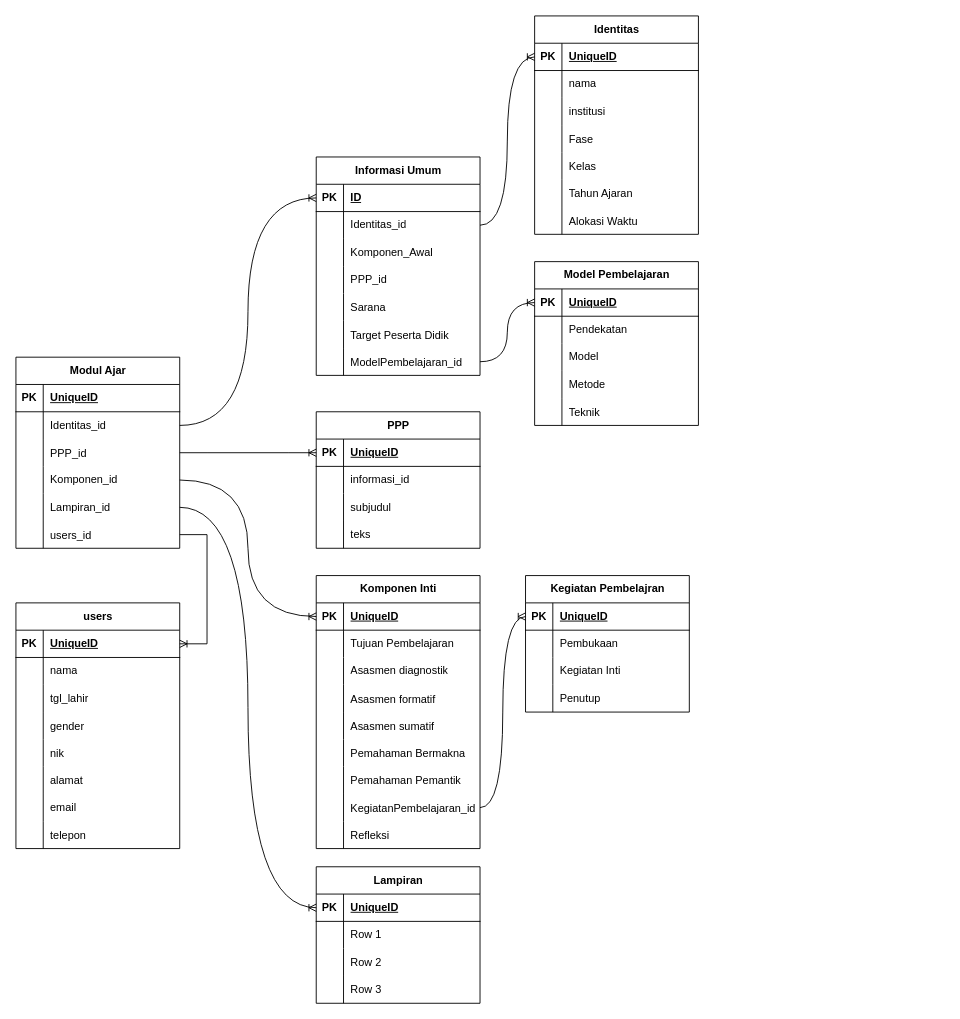
Before: ERD.drawio in Hagane26/SISMOJA-V1, a draw.io diagram. Source tidied: cells renumbered, new cells numbered last; positions are measured from the earlier drawing's top-left corner, leaving out a move shared by most shapes. Both pictures are drawn from the tidied source at 91%, with x=0, y=0 at pixel (15, 15).
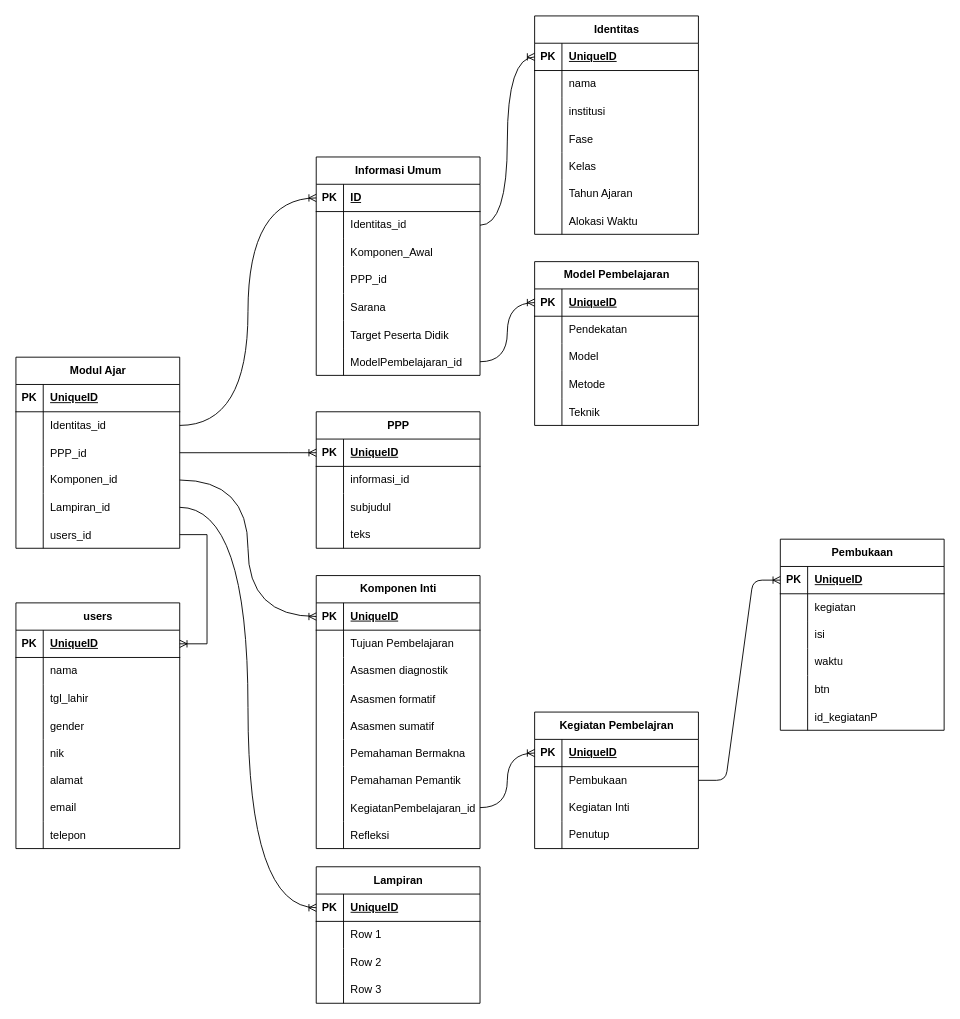
The same diagram, later.

Unchanged cells that the change refers to:
```xml
<mxCell id="109" style="shape=tableRow;horizontal=0;startSize=0;swimlaneHead=0;swimlaneBody=0;fillColor=none;points=[[0,0.5],[1,0.5]];portConstraint=eastwest;top=0;left=0;right=0;bottom=0;" parent="105" vertex="1">
  <mxGeometry y="60" width="180" height="30" as="geometry" />
</mxCell>
```

What changed in the source:
```diff
@@
     <mxCell id="105" value="Kegiatan Pembelajran" style="shape=table;startSize=30;childLayout=tableLayout;rowLines=0;fontStyle=1;align=center;html=1;" parent="1" vertex="1">
-      <mxGeometry x="560" y="615" width="180" height="150" as="geometry" />
+      <mxGeometry x="570" y="765" width="180" height="150" as="geometry" />
     </mxCell>
@@
+    <mxCell id="181" value="Pembukaan" style="shape=table;startSize=30;childLayout=tableLayout;rowLines=0;fontStyle=1;align=center;html=1;" parent="1" vertex="1">
+      <mxGeometry x="840" y="575" width="180" height="210" as="geometry" />
+    </mxCell>
+    <mxCell id="182" style="shape=tableRow;horizontal=0;startSize=0;swimlaneHead=0;swimlaneBody=0;fillColor=none;points=[[0,0.5],[1,0.5]];portConstraint=eastwest;top=0;left=0;right=0;bottom=1;" parent="181" vertex="1">
+      <mxGeometry y="30" width="180" height="30" as="geometry" />
+    </mxCell>
+    <mxCell id="183" value="PK" style="shape=partialRectangle;fillColor=none;top=0;left=0;bottom=0;right=0;fontStyle=1;overflow=hidden;whiteSpace=wrap;html=1;" parent="182" vertex="1">
+      <mxGeometry width="30" height="30" as="geometry" />
+    </mxCell>
+    <mxCell id="184" value="UniqueID" style="shape=partialRectangle;fillColor=none;top=0;left=0;bottom=0;right=0;align=left;spacingLeft=6;fontStyle=5;overflow=hidden;whiteSpace=wrap;html=1;" parent="182" vertex="1">
+      <mxGeometry x="30" width="150" height="30" as="geometry" />
+    </mxCell>
+    <mxCell id="185" style="shape=tableRow;horizontal=0;startSize=0;swimlaneHead=0;swimlaneBody=0;fillColor=none;top=0;left=0;right=0;bottom=0;" parent="181" vertex="1">
+      <mxGeometry y="60" width="180" height="30" as="geometry" />
+    </mxCell>
+    <mxCell id="186" style="shape=partialRectangle;fillColor=none;top=0;left=0;bottom=0;right=0;overflow=hidden;whiteSpace=wrap;html=1;" parent="185" vertex="1">
+      <mxGeometry width="30" height="30" as="geometry" />
+    </mxCell>
+    <mxCell id="187" value="kegiatan" style="shape=partialRectangle;fillColor=none;top=0;left=0;bottom=0;right=0;align=left;spacingLeft=6;overflow=hidden;whiteSpace=wrap;html=1;" parent="185" vertex="1">
+      <mxGeometry x="30" width="150" height="30" as="geometry" />
+    </mxCell>
+    <mxCell id="188" style="shape=tableRow;horizontal=0;startSize=0;swimlaneHead=0;swimlaneBody=0;fillColor=none;top=0;left=0;right=0;bottom=0;" parent="181" vertex="1">
+      <mxGeometry y="90" width="180" height="30" as="geometry" />
+    </mxCell>
+    <mxCell id="189" style="shape=partialRectangle;fillColor=none;top=0;left=0;bottom=0;right=0;overflow=hidden;whiteSpace=wrap;html=1;" parent="188" vertex="1">
+      <mxGeometry width="30" height="30" as="geometry" />
+    </mxCell>
+    <mxCell id="190" value="isi" style="shape=partialRectangle;fillColor=none;top=0;left=0;bottom=0;right=0;align=left;spacingLeft=6;overflow=hidden;whiteSpace=wrap;html=1;" parent="188" vertex="1">
+      <mxGeometry x="30" width="150" height="30" as="geometry" />
+    </mxCell>
+    <mxCell id="191" style="shape=tableRow;horizontal=0;startSize=0;swimlaneHead=0;swimlaneBody=0;fillColor=none;top=0;left=0;right=0;bottom=0;" parent="181" vertex="1">
+      <mxGeometry y="120" width="180" height="30" as="geometry" />
+    </mxCell>
+    <mxCell id="192" style="shape=partialRectangle;fillColor=none;top=0;left=0;bottom=0;right=0;overflow=hidden;whiteSpace=wrap;html=1;" parent="191" vertex="1">
+      <mxGeometry width="30" height="30" as="geometry" />
+    </mxCell>
+    <mxCell id="193" value="waktu" style="shape=partialRectangle;fillColor=none;top=0;left=0;bottom=0;right=0;align=left;spacingLeft=6;overflow=hidden;whiteSpace=wrap;html=1;" parent="191" vertex="1">
+      <mxGeometry x="30" width="150" height="30" as="geometry" />
+    </mxCell>
+    <mxCell id="194" style="shape=tableRow;horizontal=0;startSize=0;swimlaneHead=0;swimlaneBody=0;fillColor=none;top=0;left=0;right=0;bottom=0;" parent="181" vertex="1">
+      <mxGeometry y="150" width="180" height="30" as="geometry" />
+    </mxCell>
+    <mxCell id="195" style="shape=partialRectangle;fillColor=none;top=0;left=0;bottom=0;right=0;overflow=hidden;" parent="194" vertex="1">
+      <mxGeometry width="30" height="30" as="geometry" />
+    </mxCell>
+    <mxCell id="196" value="btn" style="shape=partialRectangle;fillColor=none;top=0;left=0;bottom=0;right=0;align=left;spacingLeft=6;overflow=hidden;" parent="194" vertex="1">
+      <mxGeometry x="30" width="150" height="30" as="geometry" />
+    </mxCell>
+    <mxCell id="197" style="shape=tableRow;horizontal=0;startSize=0;swimlaneHead=0;swimlaneBody=0;fillColor=none;top=0;left=0;right=0;bottom=0;" parent="181" vertex="1">
+      <mxGeometry y="180" width="180" height="30" as="geometry" />
+    </mxCell>
+    <mxCell id="198" style="shape=partialRectangle;fillColor=none;top=0;left=0;bottom=0;right=0;overflow=hidden;" parent="197" vertex="1">
+      <mxGeometry width="30" height="30" as="geometry" />
+    </mxCell>
+    <mxCell id="199" value="id_kegiatanP" style="shape=partialRectangle;fillColor=none;top=0;left=0;bottom=0;right=0;align=left;spacingLeft=6;overflow=hidden;" parent="197" vertex="1">
+      <mxGeometry x="30" width="150" height="30" as="geometry" />
+    </mxCell>
+    <mxCell id="200" style="edgeStyle=entityRelationEdgeStyle;fontSize=12;html=1;endArrow=ERoneToMany;entryX=0;entryY=0.5;entryDx=0;entryDy=0;exitX=1;exitY=0.5;exitDx=0;exitDy=0;" parent="1" edge="1" source="109" target="182">
+      <mxGeometry relative="1" as="geometry" />
+    </mxCell>
```
